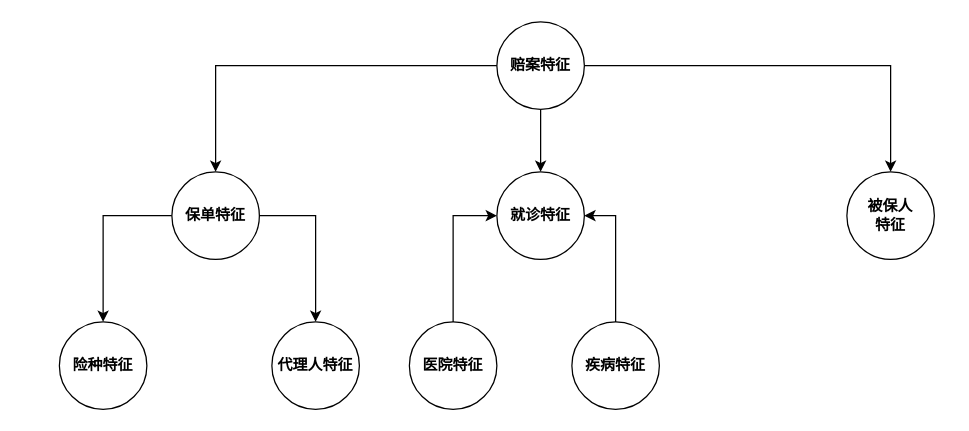
Before: 太平/taiping-feature-hierarchy.drawio in XiaoLiuAI/diagrams, a draw.io diagram. Source tidied: cells renumbered, new cells numbered last; positions are measured from the earlier drawing's top-left corner, leaving out a move shared by most shapes. Both pictures are drawn from the tidied source at 125%, with x=0, y=0 at pixel (59, 21).
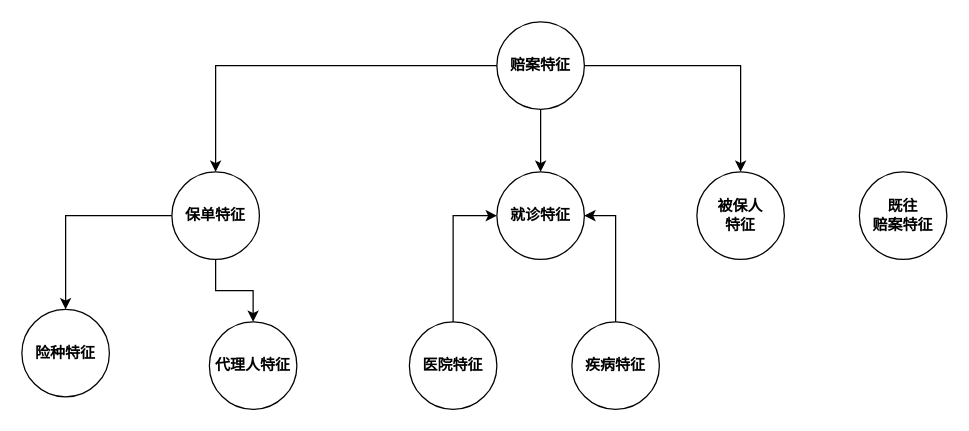
After the change.

Change to the diagram source:
```diff
@@
 <mxGraphModel>
   <root>
     <mxCell id="0" />
     <mxCell id="1" parent="0" />
     <mxCell id="2" style="edgeStyle=orthogonalEdgeStyle;rounded=0;jettySize=auto;html=1;entryX=0.5;entryY=0;entryDx=0;entryDy=0;" parent="1" edge="1" source="4" target="8">
       <mxGeometry relative="1" as="geometry" />
     </mxCell>
     <mxCell id="3" style="edgeStyle=orthogonalEdgeStyle;rounded=0;jettySize=auto;html=1;" parent="1" edge="1" source="4" target="9">
       <mxGeometry relative="1" as="geometry" />
     </mxCell>
     <mxCell id="4" value="赔案特征" style="ellipse;whiteSpace=wrap;html=1;fontStyle=1;" parent="1" vertex="1">
       <mxGeometry x="350" width="70" height="70" as="geometry" />
     </mxCell>
     <mxCell id="5" style="edgeStyle=orthogonalEdgeStyle;rounded=0;jettySize=auto;html=1;" parent="1" edge="1" source="7" target="10">
       <mxGeometry relative="1" as="geometry" />
     </mxCell>
     <mxCell id="6" style="edgeStyle=orthogonalEdgeStyle;rounded=0;jettySize=auto;html=1;entryX=0.5;entryY=0;entryDx=0;entryDy=0;" parent="1" edge="1" source="7" target="11">
       <mxGeometry relative="1" as="geometry" />
     </mxCell>
     <mxCell id="7" value="保单特征" style="ellipse;whiteSpace=wrap;html=1;fontStyle=1;" parent="1" vertex="1">
       <mxGeometry x="90" y="120" width="70" height="70" as="geometry" />
     </mxCell>
     <mxCell id="8" value="就诊特征" style="ellipse;whiteSpace=wrap;html=1;fontStyle=1;" parent="1" vertex="1">
       <mxGeometry x="350" y="120" width="70" height="70" as="geometry" />
     </mxCell>
     <mxCell id="9" value="被保人&lt;br&gt;特征" style="ellipse;whiteSpace=wrap;html=1;fontStyle=1;" parent="1" vertex="1">
-      <mxGeometry x="630" y="120" width="70" height="70" as="geometry" />
+      <mxGeometry x="510" y="120" width="70" height="70" as="geometry" />
     </mxCell>
     <mxCell id="10" value="险种特征" style="ellipse;whiteSpace=wrap;html=1;fontStyle=1;" parent="1" vertex="1">
-      <mxGeometry y="240" width="70" height="70" as="geometry" />
+      <mxGeometry x="-30" y="230" width="70" height="70" as="geometry" />
     </mxCell>
     <mxCell id="11" value="代理人特征" style="ellipse;whiteSpace=wrap;html=1;fontStyle=1;" parent="1" vertex="1">
-      <mxGeometry x="170" y="240" width="70" height="70" as="geometry" />
+      <mxGeometry x="120" y="240" width="70" height="70" as="geometry" />
     </mxCell>
     <mxCell id="12" style="edgeStyle=orthogonalEdgeStyle;rounded=0;jettySize=auto;html=1;entryX=0;entryY=0.5;entryDx=0;entryDy=0;" parent="1" edge="1" source="13" target="8">
       <mxGeometry relative="1" as="geometry" />
     </mxCell>
     <mxCell id="13" value="医院特征" style="ellipse;whiteSpace=wrap;html=1;fontStyle=1;" parent="1" vertex="1">
       <mxGeometry x="280" y="240" width="70" height="70" as="geometry" />
     </mxCell>
     <mxCell id="14" style="edgeStyle=orthogonalEdgeStyle;rounded=0;jettySize=auto;html=1;entryX=0.5;entryY=0;entryDx=0;entryDy=0;" parent="1" edge="1" source="4" target="7">
       <mxGeometry relative="1" as="geometry" />
     </mxCell>
     <mxCell id="15" style="edgeStyle=orthogonalEdgeStyle;rounded=0;jettySize=auto;html=1;entryX=1;entryY=0.5;entryDx=0;entryDy=0;" parent="1" edge="1" source="16" target="8">
       <mxGeometry relative="1" as="geometry" />
     </mxCell>
     <mxCell id="16" value="疾病特征" style="ellipse;whiteSpace=wrap;html=1;fontStyle=1;" parent="1" vertex="1">
       <mxGeometry x="410" y="240" width="70" height="70" as="geometry" />
     </mxCell>
+    <mxCell id="17" value="既往&lt;br&gt;赔案特征" style="ellipse;whiteSpace=wrap;html=1;fontStyle=1;" parent="1" vertex="1">
+      <mxGeometry x="640" y="120" width="70" height="70" as="geometry" />
+    </mxCell>
   </root>
 </mxGraphModel>
```
